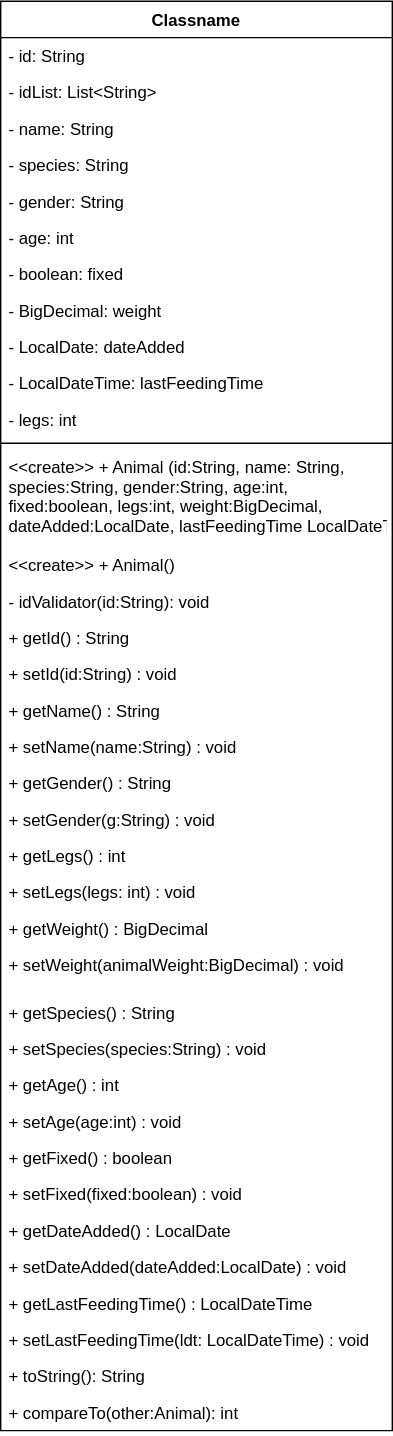
Earlier version of the draw.io export UML_Diagrams/Animal_Class_Diagram.svg (garrettKCC/KCC-Java2-Thr-Night). Source tidied: cells renumbered, new cells last; positions are measured from the earlier drawing's top-left corner, leaving out a move shared by most shapes.
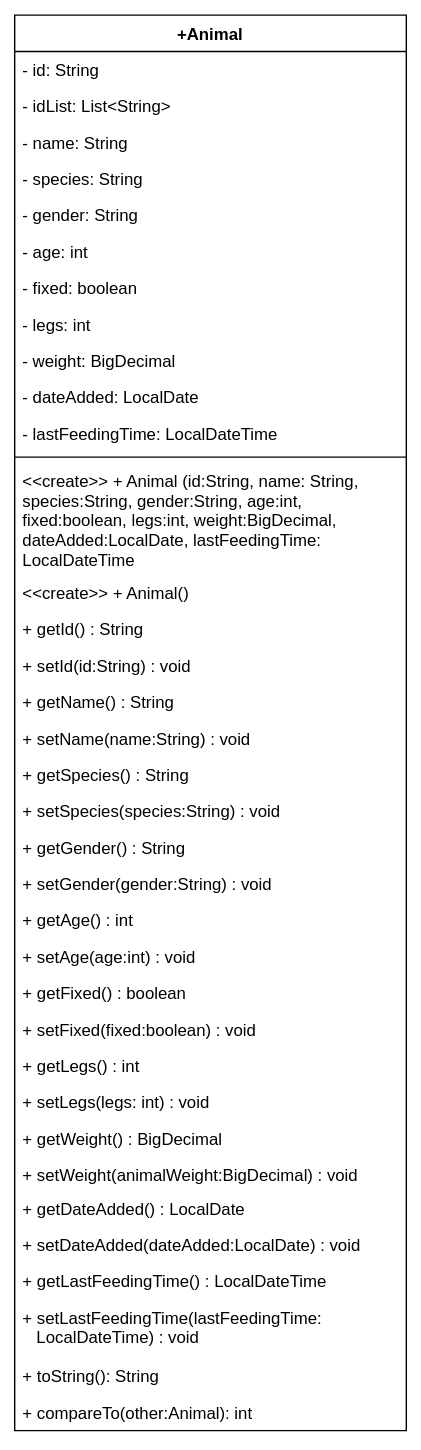
The same file after the commit.

Commit message:
corrected Class Diagram, added Sequence Diagram

The edit, as a diff of the source:
```diff
@@ -2,8 +2,8 @@
   <root>
     <mxCell id="0" />
     <mxCell id="1" parent="0" />
-    <mxCell id="2" value="Classname" style="swimlane;fontStyle=1;align=center;verticalAlign=top;horizontal=1;startSize=26;" parent="1" vertex="1">
-      <mxGeometry width="280" height="1022" as="geometry" />
+    <mxCell id="2" value="+Animal" style="swimlane;fontStyle=1;align=center;verticalAlign=top;horizontal=1;startSize=26;" parent="1" vertex="1">
+      <mxGeometry width="280" height="1012" as="geometry" />
     </mxCell>
     <mxCell id="3" value="- id: String" style="text;strokeColor=none;fillColor=none;align=left;verticalAlign=top;spacingLeft=4;spacingRight=4;overflow=hidden;" parent="2" vertex="1">
       <mxGeometry y="26" width="280" height="26" as="geometry" />
@@ -23,98 +23,95 @@
     <mxCell id="8" value="- age: int" style="text;strokeColor=none;fillColor=none;align=left;verticalAlign=top;spacingLeft=4;spacingRight=4;overflow=hidden;" parent="2" vertex="1">
       <mxGeometry y="156" width="280" height="26" as="geometry" />
     </mxCell>
-    <mxCell id="9" value="- boolean: fixed" style="text;strokeColor=none;fillColor=none;align=left;verticalAlign=top;spacingLeft=4;spacingRight=4;overflow=hidden;" parent="2" vertex="1">
+    <mxCell id="9" value="- fixed: boolean" style="text;strokeColor=none;fillColor=none;align=left;verticalAlign=top;spacingLeft=4;spacingRight=4;overflow=hidden;" parent="2" vertex="1">
       <mxGeometry y="182" width="280" height="26" as="geometry" />
     </mxCell>
+    <mxCell id="13" value="- legs: int" style="text;strokeColor=none;fillColor=none;align=left;verticalAlign=top;spacingLeft=4;spacingRight=4;overflow=hidden;" parent="2" vertex="1">
+      <mxGeometry y="208" width="280" height="26" as="geometry" />
+    </mxCell>
-    <mxCell id="10" value="- BigDecimal: weight" style="text;strokeColor=none;fillColor=none;align=left;verticalAlign=top;spacingLeft=4;spacingRight=4;overflow=hidden;" parent="2" vertex="1">
-      <mxGeometry y="208" width="280" height="26" as="geometry" />
+    <mxCell id="10" value="- weight: BigDecimal" style="text;strokeColor=none;fillColor=none;align=left;verticalAlign=top;spacingLeft=4;spacingRight=4;overflow=hidden;" parent="2" vertex="1">
+      <mxGeometry y="234" width="280" height="26" as="geometry" />
     </mxCell>
-    <mxCell id="11" value="- LocalDate: dateAdded" style="text;strokeColor=none;fillColor=none;align=left;verticalAlign=top;spacingLeft=4;spacingRight=4;overflow=hidden;" parent="2" vertex="1">
-      <mxGeometry y="234" width="280" height="26" as="geometry" />
+    <mxCell id="11" value="- dateAdded: LocalDate" style="text;strokeColor=none;fillColor=none;align=left;verticalAlign=top;spacingLeft=4;spacingRight=4;overflow=hidden;" parent="2" vertex="1">
+      <mxGeometry y="260" width="280" height="26" as="geometry" />
     </mxCell>
-    <mxCell id="12" value="- LocalDateTime: lastFeedingTime" style="text;strokeColor=none;fillColor=none;align=left;verticalAlign=top;spacingLeft=4;spacingRight=4;overflow=hidden;" parent="2" vertex="1">
-      <mxGeometry y="260" width="280" height="26" as="geometry" />
+    <mxCell id="12" value="- lastFeedingTime: LocalDateTime" style="text;strokeColor=none;fillColor=none;align=left;verticalAlign=top;spacingLeft=4;spacingRight=4;overflow=hidden;" parent="2" vertex="1">
+      <mxGeometry y="286" width="280" height="26" as="geometry" />
     </mxCell>
-    <mxCell id="13" value="- legs: int" style="text;strokeColor=none;fillColor=none;align=left;verticalAlign=top;spacingLeft=4;spacingRight=4;overflow=hidden;" parent="2" vertex="1">
-      <mxGeometry y="286" width="280" height="26" as="geometry" />
-    </mxCell>
     <mxCell id="14" style="line;strokeWidth=1;fillColor=none;align=left;verticalAlign=middle;spacingTop=-1;spacingLeft=3;spacingRight=3;labelPosition=right;" parent="2" vertex="1">
       <mxGeometry y="312" width="280" height="8" as="geometry" />
     </mxCell>
-    <mxCell id="15" value="&lt;&lt;create&gt;&gt; + Animal (id:String, name: String, &#10;species:String, gender:String, age:int, &#10;fixed:boolean, legs:int, weight:BigDecimal, &#10;dateAdded:LocalDate, lastFeedingTime LocalDateTime&#10;" style="text;strokeColor=none;fillColor=none;align=left;verticalAlign=top;spacingLeft=4;spacingRight=4;overflow=hidden;" parent="2" vertex="1">
-      <mxGeometry y="320" width="280" height="70" as="geometry" />
+    <mxCell id="15" value="&lt;&lt;create&gt;&gt; + Animal (id:String, name: String, &#10;species:String, gender:String, age:int, &#10;fixed:boolean, legs:int, weight:BigDecimal, &#10;dateAdded:LocalDate, lastFeedingTime:&#10;LocalDateTime&#10;" style="text;strokeColor=none;fillColor=none;align=left;verticalAlign=top;spacingLeft=4;spacingRight=4;overflow=hidden;" parent="2" vertex="1">
+      <mxGeometry y="320" width="280" height="80" as="geometry" />
     </mxCell>
     <mxCell id="16" value="&lt;&lt;create&gt;&gt; + Animal()" style="text;strokeColor=none;fillColor=none;align=left;verticalAlign=top;spacingLeft=4;spacingRight=4;overflow=hidden;" parent="2" vertex="1">
-      <mxGeometry y="390" width="280" height="26" as="geometry" />
+      <mxGeometry y="400" width="280" height="26" as="geometry" />
     </mxCell>
-    <mxCell id="17" value="- idValidator(id:String): void" style="text;strokeColor=none;fillColor=none;align=left;verticalAlign=top;spacingLeft=4;spacingRight=4;overflow=hidden;" parent="2" vertex="1">
-      <mxGeometry y="416" width="280" height="26" as="geometry" />
-    </mxCell>
     <mxCell id="18" value="+ getId() : String" style="text;strokeColor=none;fillColor=none;align=left;verticalAlign=top;spacingLeft=4;spacingRight=4;overflow=hidden;" parent="2" vertex="1">
-      <mxGeometry y="442" width="280" height="26" as="geometry" />
+      <mxGeometry y="426" width="280" height="26" as="geometry" />
     </mxCell>
     <mxCell id="19" value="+ setId(id:String) : void" style="text;strokeColor=none;fillColor=none;align=left;verticalAlign=top;spacingLeft=4;spacingRight=4;overflow=hidden;" parent="2" vertex="1">
-      <mxGeometry y="468" width="280" height="26" as="geometry" />
+      <mxGeometry y="452" width="280" height="26" as="geometry" />
     </mxCell>
     <mxCell id="20" value="+ getName() : String" style="text;strokeColor=none;fillColor=none;align=left;verticalAlign=top;spacingLeft=4;spacingRight=4;overflow=hidden;" parent="2" vertex="1">
-      <mxGeometry y="494" width="280" height="26" as="geometry" />
+      <mxGeometry y="478" width="280" height="26" as="geometry" />
     </mxCell>
     <mxCell id="21" value="+ setName(name:String) : void" style="text;strokeColor=none;fillColor=none;align=left;verticalAlign=top;spacingLeft=4;spacingRight=4;overflow=hidden;" parent="2" vertex="1">
-      <mxGeometry y="520" width="280" height="26" as="geometry" />
+      <mxGeometry y="504" width="280" height="26" as="geometry" />
     </mxCell>
+    <mxCell id="28" value="+ getSpecies() : String" style="text;strokeColor=none;fillColor=none;align=left;verticalAlign=top;spacingLeft=4;spacingRight=4;overflow=hidden;" parent="2" vertex="1">
+      <mxGeometry y="530" width="280" height="26" as="geometry" />
+    </mxCell>
+    <mxCell id="29" value="+ setSpecies(species:String) : void" style="text;strokeColor=none;fillColor=none;align=left;verticalAlign=top;spacingLeft=4;spacingRight=4;overflow=hidden;" parent="2" vertex="1">
+      <mxGeometry y="556" width="280" height="26" as="geometry" />
+    </mxCell>
     <mxCell id="22" value="+ getGender() : String" style="text;strokeColor=none;fillColor=none;align=left;verticalAlign=top;spacingLeft=4;spacingRight=4;overflow=hidden;" parent="2" vertex="1">
-      <mxGeometry y="546" width="280" height="26" as="geometry" />
+      <mxGeometry y="582" width="280" height="26" as="geometry" />
     </mxCell>
-    <mxCell id="23" value="+ setGender(g:String) : void" style="text;strokeColor=none;fillColor=none;align=left;verticalAlign=top;spacingLeft=4;spacingRight=4;overflow=hidden;" parent="2" vertex="1">
-      <mxGeometry y="572" width="280" height="26" as="geometry" />
+    <mxCell id="23" value="+ setGender(gender:String) : void" style="text;strokeColor=none;fillColor=none;align=left;verticalAlign=top;spacingLeft=4;spacingRight=4;overflow=hidden;" parent="2" vertex="1">
+      <mxGeometry y="608" width="280" height="26" as="geometry" />
     </mxCell>
+    <mxCell id="30" value="+ getAge() : int" style="text;strokeColor=none;fillColor=none;align=left;verticalAlign=top;spacingLeft=4;spacingRight=4;overflow=hidden;" parent="2" vertex="1">
+      <mxGeometry y="634" width="280" height="26" as="geometry" />
+    </mxCell>
+    <mxCell id="31" value="+ setAge(age:int) : void" style="text;strokeColor=none;fillColor=none;align=left;verticalAlign=top;spacingLeft=4;spacingRight=4;overflow=hidden;" parent="2" vertex="1">
+      <mxGeometry y="660" width="280" height="26" as="geometry" />
+    </mxCell>
+    <mxCell id="32" value="+ getFixed() : boolean" style="text;strokeColor=none;fillColor=none;align=left;verticalAlign=top;spacingLeft=4;spacingRight=4;overflow=hidden;" parent="2" vertex="1">
+      <mxGeometry y="686" width="280" height="26" as="geometry" />
+    </mxCell>
+    <mxCell id="33" value="+ setFixed(fixed:boolean) : void" style="text;strokeColor=none;fillColor=none;align=left;verticalAlign=top;spacingLeft=4;spacingRight=4;overflow=hidden;" parent="2" vertex="1">
+      <mxGeometry y="712" width="280" height="26" as="geometry" />
+    </mxCell>
     <mxCell id="24" value="+ getLegs() : int" style="text;strokeColor=none;fillColor=none;align=left;verticalAlign=top;spacingLeft=4;spacingRight=4;overflow=hidden;" parent="2" vertex="1">
-      <mxGeometry y="598" width="280" height="26" as="geometry" />
+      <mxGeometry y="738" width="280" height="26" as="geometry" />
     </mxCell>
     <mxCell id="25" value="+ setLegs(legs: int) : void" style="text;strokeColor=none;fillColor=none;align=left;verticalAlign=top;spacingLeft=4;spacingRight=4;overflow=hidden;" parent="2" vertex="1">
-      <mxGeometry y="624" width="280" height="26" as="geometry" />
+      <mxGeometry y="764" width="280" height="26" as="geometry" />
     </mxCell>
     <mxCell id="26" value="+ getWeight() : BigDecimal" style="text;strokeColor=none;fillColor=none;align=left;verticalAlign=top;spacingLeft=4;spacingRight=4;overflow=hidden;" parent="2" vertex="1">
-      <mxGeometry y="650" width="280" height="26" as="geometry" />
+      <mxGeometry y="790" width="280" height="26" as="geometry" />
     </mxCell>
     <mxCell id="27" value="+ setWeight(animalWeight:BigDecimal) : void" style="text;strokeColor=none;fillColor=none;align=left;verticalAlign=top;spacingLeft=4;spacingRight=4;overflow=hidden;" parent="2" vertex="1">
-      <mxGeometry y="676" width="280" height="34" as="geometry" />
+      <mxGeometry y="816" width="280" height="24" as="geometry" />
     </mxCell>
-    <mxCell id="28" value="+ getSpecies() : String" style="text;strokeColor=none;fillColor=none;align=left;verticalAlign=top;spacingLeft=4;spacingRight=4;overflow=hidden;" parent="2" vertex="1">
-      <mxGeometry y="710" width="280" height="26" as="geometry" />
-    </mxCell>
-    <mxCell id="29" value="+ setSpecies(species:String) : void" style="text;strokeColor=none;fillColor=none;align=left;verticalAlign=top;spacingLeft=4;spacingRight=4;overflow=hidden;" parent="2" vertex="1">
-      <mxGeometry y="736" width="280" height="26" as="geometry" />
-    </mxCell>
-    <mxCell id="30" value="+ getAge() : int" style="text;strokeColor=none;fillColor=none;align=left;verticalAlign=top;spacingLeft=4;spacingRight=4;overflow=hidden;" parent="2" vertex="1">
-      <mxGeometry y="762" width="280" height="26" as="geometry" />
-    </mxCell>
-    <mxCell id="31" value="+ setAge(age:int) : void" style="text;strokeColor=none;fillColor=none;align=left;verticalAlign=top;spacingLeft=4;spacingRight=4;overflow=hidden;" parent="2" vertex="1">
-      <mxGeometry y="788" width="280" height="26" as="geometry" />
-    </mxCell>
-    <mxCell id="32" value="+ getFixed() : boolean" style="text;strokeColor=none;fillColor=none;align=left;verticalAlign=top;spacingLeft=4;spacingRight=4;overflow=hidden;" parent="2" vertex="1">
-      <mxGeometry y="814" width="280" height="26" as="geometry" />
-    </mxCell>
-    <mxCell id="33" value="+ setFixed(fixed:boolean) : void" style="text;strokeColor=none;fillColor=none;align=left;verticalAlign=top;spacingLeft=4;spacingRight=4;overflow=hidden;" parent="2" vertex="1">
-      <mxGeometry y="840" width="280" height="26" as="geometry" />
-    </mxCell>
     <mxCell id="34" value="+ getDateAdded() : LocalDate" style="text;strokeColor=none;fillColor=none;align=left;verticalAlign=top;spacingLeft=4;spacingRight=4;overflow=hidden;" parent="2" vertex="1">
-      <mxGeometry y="866" width="280" height="26" as="geometry" />
+      <mxGeometry y="840" width="280" height="26" as="geometry" />
     </mxCell>
     <mxCell id="35" value="+ setDateAdded(dateAdded:LocalDate) : void" style="text;strokeColor=none;fillColor=none;align=left;verticalAlign=top;spacingLeft=4;spacingRight=4;overflow=hidden;" parent="2" vertex="1">
-      <mxGeometry y="892" width="280" height="26" as="geometry" />
+      <mxGeometry y="866" width="280" height="26" as="geometry" />
     </mxCell>
     <mxCell id="36" value="+ getLastFeedingTime() : LocalDateTime" style="text;strokeColor=none;fillColor=none;align=left;verticalAlign=top;spacingLeft=4;spacingRight=4;overflow=hidden;" parent="2" vertex="1">
-      <mxGeometry y="918" width="280" height="26" as="geometry" />
+      <mxGeometry y="892" width="280" height="26" as="geometry" />
     </mxCell>
-    <mxCell id="37" value="+ setLastFeedingTime(ldt: LocalDateTime) : void" style="text;strokeColor=none;fillColor=none;align=left;verticalAlign=top;spacingLeft=4;spacingRight=4;overflow=hidden;" parent="2" vertex="1">
-      <mxGeometry y="944" width="280" height="26" as="geometry" />
+    <mxCell id="37" value="+ setLastFeedingTime(lastFeedingTime: &#10;   LocalDateTime) : void" style="text;strokeColor=none;fillColor=none;align=left;verticalAlign=top;spacingLeft=4;spacingRight=4;overflow=hidden;" parent="2" vertex="1">
+      <mxGeometry y="918" width="280" height="42" as="geometry" />
     </mxCell>
     <mxCell id="38" value="+ toString(): String" style="text;strokeColor=none;fillColor=none;align=left;verticalAlign=top;spacingLeft=4;spacingRight=4;overflow=hidden;" parent="2" vertex="1">
-      <mxGeometry y="970" width="280" height="26" as="geometry" />
+      <mxGeometry y="960" width="280" height="26" as="geometry" />
     </mxCell>
     <mxCell id="39" value="+ compareTo(other:Animal): int" style="text;strokeColor=none;fillColor=none;align=left;verticalAlign=top;spacingLeft=4;spacingRight=4;overflow=hidden;" parent="2" vertex="1">
-      <mxGeometry y="996" width="280" height="26" as="geometry" />
+      <mxGeometry y="986" width="280" height="26" as="geometry" />
     </mxCell>
   </root>
 </mxGraphModel>
```
